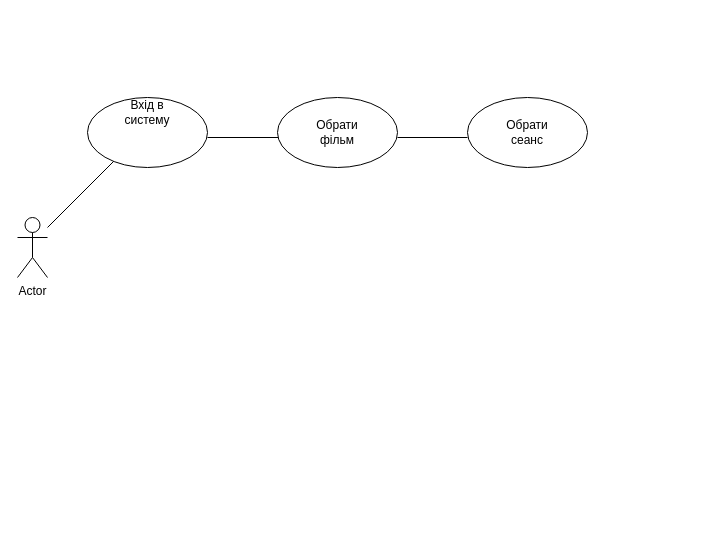
chirikkikik/cinema keeps this draw.io diagram as Діаграма без назви.drawio. Above is the earlier version. Source tidied: cells renumbered, new cells numbered last; positions are measured from the earlier drawing's top-left corner, leaving out a move shared by most shapes. Both pictures are drawn from the tidied source at 100%, with x=0, y=0 at pixel (17, 97).
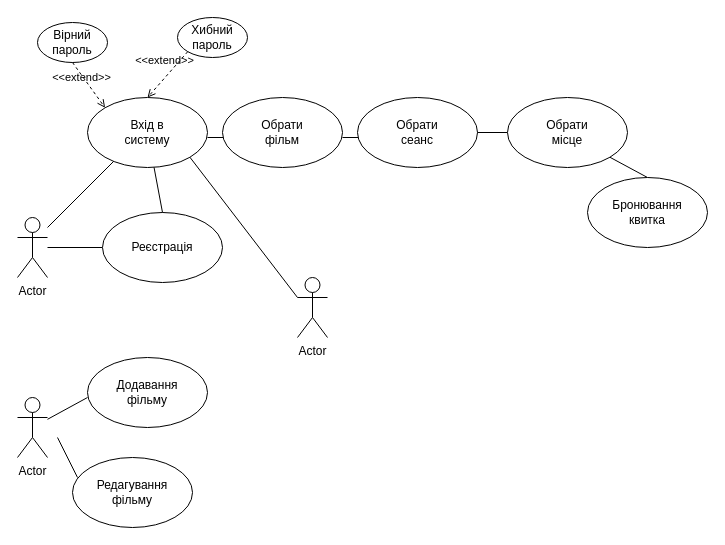
After the change.

Unchanged cells that the change refers to:
```xml
<mxCell id="2" value="Actor" style="shape=umlActor;verticalLabelPosition=bottom;verticalAlign=top;html=1;outlineConnect=0;" parent="1" vertex="1">
  <mxGeometry y="120" width="30" height="60" as="geometry" />
</mxCell>
<mxCell id="4" style="ellipse;whiteSpace=wrap;html=1;" parent="1" vertex="1">
  <mxGeometry x="70" width="120" height="70" as="geometry" />
</mxCell>
```

The edit, as a diff of the source:
```diff
@@
     <mxCell id="5" value="Вхід в систему" style="text;html=1;align=center;verticalAlign=middle;whiteSpace=wrap;rounded=0;" parent="1" vertex="1">
-      <mxGeometry x="100" width="60" height="30" as="geometry" />
+      <mxGeometry x="100" y="20" width="60" height="30" as="geometry" />
     </mxCell>
@@
     <mxCell id="7" style="ellipse;whiteSpace=wrap;html=1;" parent="1" vertex="1">
-      <mxGeometry x="260" width="120" height="70" as="geometry" />
+      <mxGeometry x="205" width="120" height="70" as="geometry" />
     </mxCell>
     <mxCell id="8" value="Обрати фільм" style="text;html=1;align=center;verticalAlign=middle;whiteSpace=wrap;rounded=0;" parent="1" vertex="1">
-      <mxGeometry x="290" y="20" width="60" height="30" as="geometry" />
+      <mxGeometry x="235" y="20" width="60" height="30" as="geometry" />
     </mxCell>
     <mxCell id="9" style="endArrow=none;html=1;rounded=0;" parent="1" edge="1">
       <mxGeometry relative="1" as="geometry">
-        <mxPoint x="380" y="40" as="sourcePoint" />
-        <mxPoint x="450" y="40" as="targetPoint" />
+        <mxPoint x="325" y="40" as="sourcePoint" />
+        <mxPoint x="395" y="40" as="targetPoint" />
       </mxGeometry>
     </mxCell>
     <mxCell id="10" style="ellipse;whiteSpace=wrap;html=1;" parent="1" vertex="1">
-      <mxGeometry x="450" width="120" height="70" as="geometry" />
+      <mxGeometry x="340" width="120" height="70" as="geometry" />
     </mxCell>
     <mxCell id="11" value="Обрати сеанс" style="text;html=1;align=center;verticalAlign=middle;whiteSpace=wrap;rounded=0;" parent="1" vertex="1">
-      <mxGeometry x="480" y="20" width="60" height="30" as="geometry" />
+      <mxGeometry x="370" y="20" width="60" height="30" as="geometry" />
     </mxCell>
+    <mxCell id="12" style="ellipse;whiteSpace=wrap;html=1;shadow=0;" parent="1" vertex="1">
+      <mxGeometry x="20" y="-75" width="70" height="40" as="geometry" />
+    </mxCell>
+    <mxCell id="13" style="ellipse;whiteSpace=wrap;html=1;shadow=0;" parent="1" vertex="1">
+      <mxGeometry x="160" y="-80" width="70" height="40" as="geometry" />
+    </mxCell>
+    <mxCell id="14" value="Вірний пароль" style="text;html=1;align=center;verticalAlign=middle;whiteSpace=wrap;rounded=0;" parent="1" vertex="1">
+      <mxGeometry x="25" y="-70" width="60" height="30" as="geometry" />
+    </mxCell>
+    <mxCell id="15" value="Хибний пароль" style="text;html=1;align=center;verticalAlign=middle;whiteSpace=wrap;rounded=0;" parent="1" vertex="1">
+      <mxGeometry x="165" y="-75" width="60" height="30" as="geometry" />
+    </mxCell>
+    <mxCell id="16" value="&amp;lt;&amp;lt;extend&amp;gt;&amp;gt;" style="html=1;verticalAlign=bottom;labelBackgroundColor=none;endArrow=open;endFill=0;dashed=1;rounded=0;exitX=0.5;exitY=1;exitDx=0;exitDy=0;entryX=0;entryY=0;entryDx=0;entryDy=0;" parent="1" edge="1" source="12" target="4">
+      <mxGeometry x="-0.12" y="-7" relative="1" as="geometry" />
+    </mxCell>
+    <mxCell id="17" value="&amp;lt;&amp;lt;extend&amp;gt;&amp;gt;" style="html=1;verticalAlign=bottom;labelBackgroundColor=none;endArrow=open;endFill=0;dashed=1;rounded=0;entryX=0.5;entryY=0;entryDx=0;entryDy=0;exitX=0;exitY=1;exitDx=0;exitDy=0;" parent="1" edge="1" source="13" target="4">
+      <mxGeometry x="-0.04" y="-6" relative="1" as="geometry" />
+    </mxCell>
+    <mxCell id="18" style="endArrow=none;html=1;rounded=0;entryX=0;entryY=0.5;entryDx=0;entryDy=0;" parent="1" edge="1" source="2" target="19">
+      <mxGeometry relative="1" as="geometry" />
+    </mxCell>
+    <mxCell id="19" style="ellipse;whiteSpace=wrap;html=1;" parent="1" vertex="1">
+      <mxGeometry x="85" y="115" width="120" height="70" as="geometry" />
+    </mxCell>
+    <mxCell id="20" value="Реєстрація" style="text;html=1;align=center;verticalAlign=middle;whiteSpace=wrap;rounded=0;" parent="1" vertex="1">
+      <mxGeometry x="115" y="135" width="60" height="30" as="geometry" />
+    </mxCell>
+    <mxCell id="21" style="endArrow=none;html=1;rounded=0;exitX=0.5;exitY=0;exitDx=0;exitDy=0;" parent="1" edge="1" source="19" target="4">
+      <mxGeometry relative="1" as="geometry" />
+    </mxCell>
+    <mxCell id="22" style="endArrow=none;html=1;rounded=0;entryX=1;entryY=0.5;entryDx=0;entryDy=0;" parent="1" edge="1" target="10">
+      <mxGeometry relative="1" as="geometry">
+        <mxPoint x="490" y="35" as="sourcePoint" />
+      </mxGeometry>
+    </mxCell>
+    <mxCell id="23" style="ellipse;whiteSpace=wrap;html=1;" parent="1" vertex="1">
+      <mxGeometry x="490" width="120" height="70" as="geometry" />
+    </mxCell>
+    <mxCell id="24" value="Обрати місце" style="text;html=1;align=center;verticalAlign=middle;whiteSpace=wrap;rounded=0;" parent="1" vertex="1">
+      <mxGeometry x="520" y="20" width="60" height="30" as="geometry" />
+    </mxCell>
+    <mxCell id="25" style="endArrow=none;html=1;rounded=0;entryX=1;entryY=1;entryDx=0;entryDy=0;exitX=0.5;exitY=0;exitDx=0;exitDy=0;" parent="1" edge="1" source="26" target="23">
+      <mxGeometry relative="1" as="geometry" />
+    </mxCell>
+    <mxCell id="26" style="ellipse;whiteSpace=wrap;html=1;" parent="1" vertex="1">
+      <mxGeometry x="570" y="80" width="120" height="70" as="geometry" />
+    </mxCell>
+    <mxCell id="27" value="Бронювання квитка" style="text;html=1;align=center;verticalAlign=middle;whiteSpace=wrap;rounded=0;" parent="1" vertex="1">
+      <mxGeometry x="600" y="100" width="60" height="30" as="geometry" />
+    </mxCell>
+    <mxCell id="28" value="Actor" style="shape=umlActor;verticalLabelPosition=bottom;verticalAlign=top;html=1;outlineConnect=0;" parent="1" vertex="1">
+      <mxGeometry y="300" width="30" height="60" as="geometry" />
+    </mxCell>
+    <mxCell id="29" style="endArrow=none;html=1;rounded=0;" parent="1" edge="1" source="28">
+      <mxGeometry relative="1" as="geometry">
+        <mxPoint x="70" y="300" as="targetPoint" />
+      </mxGeometry>
+    </mxCell>
+    <mxCell id="30" style="ellipse;whiteSpace=wrap;html=1;" parent="1" vertex="1">
+      <mxGeometry x="70" y="260" width="120" height="70" as="geometry" />
+    </mxCell>
+    <mxCell id="31" value="Додавання фільму" style="text;html=1;align=center;verticalAlign=middle;whiteSpace=wrap;rounded=0;" parent="1" vertex="1">
+      <mxGeometry x="100" y="280" width="60" height="30" as="geometry" />
+    </mxCell>
+    <mxCell id="32" style="endArrow=none;html=1;rounded=0;" parent="1" edge="1">
+      <mxGeometry relative="1" as="geometry">
+        <mxPoint x="40" y="340" as="sourcePoint" />
+        <mxPoint x="60" y="380" as="targetPoint" />
+      </mxGeometry>
+    </mxCell>
+    <mxCell id="33" style="ellipse;whiteSpace=wrap;html=1;" parent="1" vertex="1">
+      <mxGeometry x="55" y="360" width="120" height="70" as="geometry" />
+    </mxCell>
+    <mxCell id="34" value="Редагування фільму" style="text;html=1;align=center;verticalAlign=middle;whiteSpace=wrap;rounded=0;" parent="1" vertex="1">
+      <mxGeometry x="85" y="380" width="60" height="30" as="geometry" />
+    </mxCell>
+    <mxCell id="35" value="Actor" style="shape=umlActor;verticalLabelPosition=bottom;verticalAlign=top;html=1;outlineConnect=0;" parent="1" vertex="1">
+      <mxGeometry x="280" y="180" width="30" height="60" as="geometry" />
+    </mxCell>
+    <mxCell id="36" style="endArrow=none;html=1;rounded=0;entryX=1;entryY=1;entryDx=0;entryDy=0;exitX=0;exitY=0.3333333333333333;exitDx=0;exitDy=0;exitPerimeter=0;" parent="1" edge="1" source="35" target="4">
+      <mxGeometry relative="1" as="geometry" />
+    </mxCell>
```
